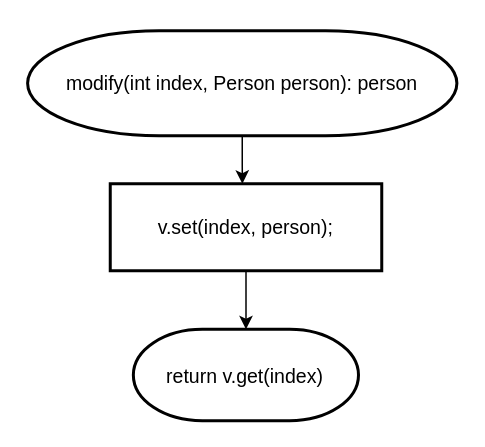
skatld123/PH_list_java keeps this draw.io diagram as 순서도/Change 기능.drawio. Above is the earlier version. Source tidied: cells renumbered, new cells numbered last; positions are measured from the earlier drawing's top-left corner, leaving out a move shared by most shapes. Both pictures are drawn from the tidied source at 150%, with x=0, y=0 at pixel (27, 30).
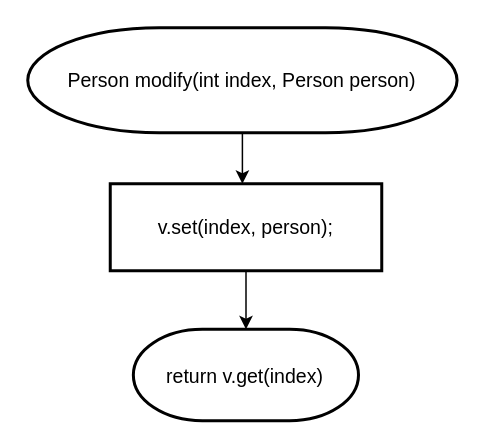
Above is the later version.

Commit message:
Change 기능.drawio 업데이트

Diff of the diagram source:
```diff
@@
 <mxGraphModel>
   <root>
     <mxCell id="0" />
     <mxCell id="1" parent="0" />
     <mxCell id="2" style="edgeStyle=orthogonalEdgeStyle;rounded=0;jettySize=auto;html=1;fontSize=15;" parent="1" edge="1" source="3">
       <mxGeometry relative="1" as="geometry">
         <mxPoint x="143.1" y="102" as="targetPoint" />
       </mxGeometry>
     </mxCell>
-    <mxCell id="3" value="&lt;span style=&quot;text-align: left ; font-size: 13px&quot;&gt;modify(int index, Person person): person&lt;/span&gt;" style="strokeWidth=2;html=1;shape=mxgraph.flowchart.terminator;whiteSpace=wrap;fontSize=13;" parent="1" vertex="1">
-      <mxGeometry x="-0.1" width="286.2" height="70" as="geometry" />
+    <mxCell id="3" value="&lt;span style=&quot;text-align: left ; font-size: 13px&quot;&gt;Person modify(int index, Person person)&lt;/span&gt;" style="strokeWidth=2;html=1;shape=mxgraph.flowchart.terminator;whiteSpace=wrap;fontSize=13;" parent="1" vertex="1">
+      <mxGeometry y="-2" width="286.2" height="70" as="geometry" />
     </mxCell>
     <mxCell id="4" style="edgeStyle=orthogonalEdgeStyle;rounded=0;jettySize=auto;html=1;" parent="1" edge="1" source="5" target="6">
       <mxGeometry relative="1" as="geometry" />
     </mxCell>
     <mxCell id="5" value="v.set(index, person);" style="rounded=1;whiteSpace=wrap;html=1;absoluteArcSize=1;arcSize=0;strokeWidth=2;fontSize=13;" parent="1" vertex="1">
       <mxGeometry x="55" y="102" width="181" height="58" as="geometry" />
     </mxCell>
     <mxCell id="6" value="&lt;div style=&quot;text-align: left&quot;&gt;&lt;span&gt;return v.get(index)&lt;/span&gt;&lt;/div&gt;" style="strokeWidth=2;html=1;shape=mxgraph.flowchart.terminator;whiteSpace=wrap;fontSize=13;" parent="1" vertex="1">
       <mxGeometry x="70.4" y="199" width="150.1" height="61" as="geometry" />
     </mxCell>
   </root>
 </mxGraphModel>
```
